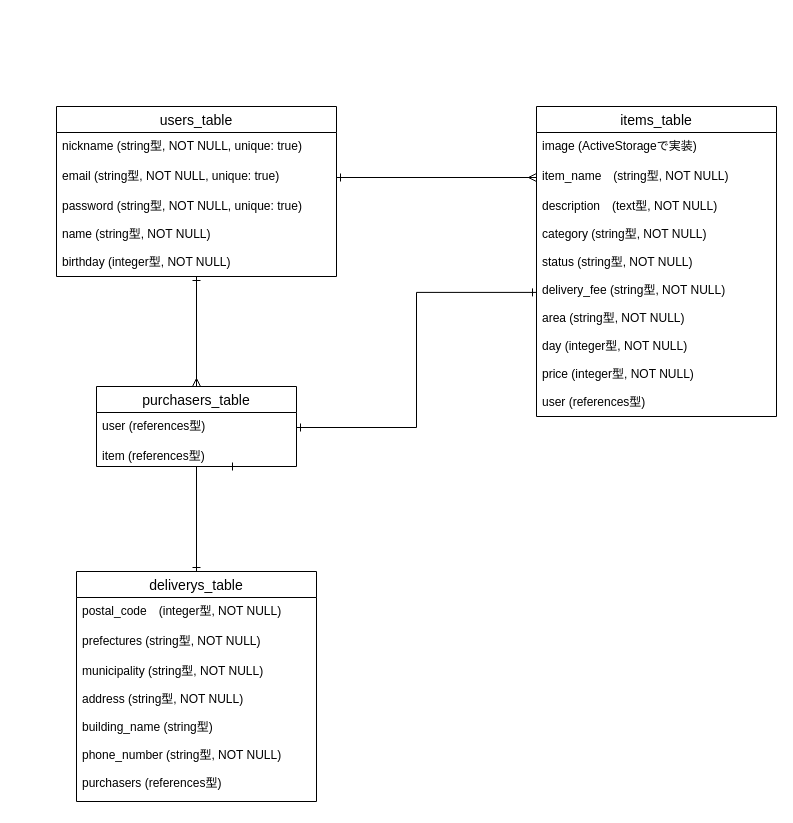
The draw.io diagram ER.dio in kamijohfn/furima-32861, before the edit. Source tidied: cells renumbered, new cells numbered last; positions are measured from the earlier drawing's top-left corner, leaving out a move shared by most shapes. Both pictures are drawn from the tidied source at 100%, with x=0, y=0 at pixel (56, 106).
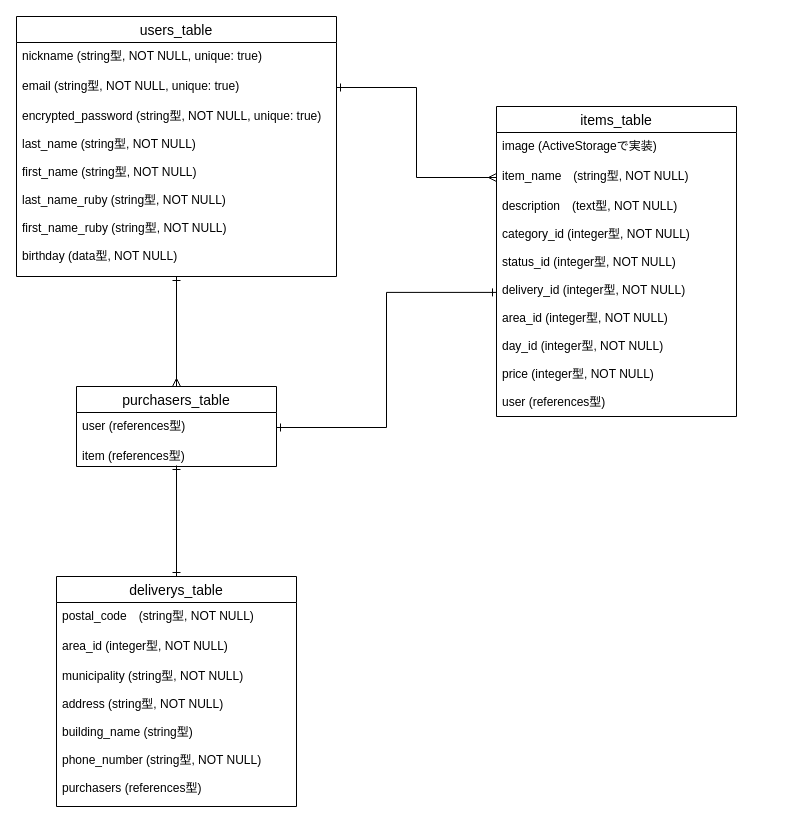
The same diagram, later.

Commit message (it also covers changes not shown here):
ER図作成（修正）

Unchanged cells that the change refers to:
```xml
<mxCell id="13" value="item (references型)" style="text;strokeColor=none;fillColor=none;spacingLeft=4;spacingRight=4;overflow=hidden;points=[[0,0.5],[1,0.5]];portConstraint=eastwest;fontSize=12;" parent="11" vertex="1">
  <mxGeometry y="56" width="200" height="24" as="geometry" />
</mxCell>
```

The edit, as a diff of the source:
```diff
@@
     <mxCell id="2" value="users_table" style="swimlane;fontStyle=0;horizontal=1;startSize=26;align=center;fontSize=14;" parent="1" vertex="1">
-      <mxGeometry width="280" height="170" as="geometry" />
+      <mxGeometry x="-40" y="-90" width="320" height="260" as="geometry" />
     </mxCell>
     <mxCell id="3" value="nickname (string型, NOT NULL, unique: true)" style="text;strokeColor=none;fillColor=none;spacingLeft=4;spacingRight=4;overflow=hidden;fontSize=12;" parent="2" vertex="1">
-      <mxGeometry y="26" width="280" height="30" as="geometry" />
+      <mxGeometry y="26" width="320" height="30" as="geometry" />
     </mxCell>
     <mxCell id="4" value="email (string型, NOT NULL, unique: true)" style="text;strokeColor=none;fillColor=none;spacingLeft=4;spacingRight=4;overflow=hidden;points=[[0,0.5],[1,0.5]];portConstraint=eastwest;fontSize=12;" parent="2" vertex="1">
-      <mxGeometry y="56" width="280" height="30" as="geometry" />
+      <mxGeometry y="56" width="320" height="30" as="geometry" />
     </mxCell>
-    <mxCell id="5" value="password (string型, NOT NULL, unique: true)&#10;&#10;name (string型, NOT NULL)&#10;&#10;birthday (integer型, NOT NULL)" style="text;strokeColor=none;fillColor=none;spacingLeft=4;spacingRight=4;overflow=hidden;fontSize=12;" parent="2" vertex="1">
-      <mxGeometry y="86" width="280" height="84" as="geometry" />
+    <mxCell id="5" value="encrypted_password (string型, NOT NULL, unique: true)&#10;&#10;last_name (string型, NOT NULL)&#10;&#10;first_name (string型, NOT NULL)&#10;&#10;last_name_ruby (string型, NOT NULL)&#10;&#10;first_name_ruby (string型, NOT NULL)&#10;&#10;birthday (data型, NOT NULL)" style="text;strokeColor=none;fillColor=none;spacingLeft=4;spacingRight=4;overflow=hidden;fontSize=12;" parent="2" vertex="1">
+      <mxGeometry y="86" width="320" height="174" as="geometry" />
     </mxCell>
     <mxCell id="6" value="items_table" style="swimlane;fontStyle=0;horizontal=1;startSize=26;align=center;fontSize=14;" parent="1" vertex="1">
-      <mxGeometry x="480" width="240" height="310" as="geometry" />
+      <mxGeometry x="440" width="240" height="310" as="geometry" />
     </mxCell>
@@
-    <mxCell id="9" value="description　(text型, NOT NULL)&#10;&#10;category (string型, NOT NULL)&#10;&#10;status (string型, NOT NULL)&#10;&#10;delivery_fee (string型, NOT NULL)&#10;&#10;area (string型, NOT NULL)&#10;&#10;day (integer型, NOT NULL)&#10;&#10;price (integer型, NOT NULL)&#10;&#10;user (references型)" style="text;strokeColor=none;fillColor=none;spacingLeft=4;spacingRight=4;overflow=hidden;points=[[0,0.5],[1,0.5]];portConstraint=eastwest;fontSize=12;" parent="6" vertex="1">
+    <mxCell id="9" value="description　(text型, NOT NULL)&#10;&#10;category_id (integer型, NOT NULL)&#10;&#10;status_id (integer型, NOT NULL)&#10;&#10;delivery_id (integer型, NOT NULL)&#10;&#10;area_id (integer型, NOT NULL)&#10;&#10;day_id (integer型, NOT NULL)&#10;&#10;price (integer型, NOT NULL)&#10;&#10;user (references型)" style="text;strokeColor=none;fillColor=none;spacingLeft=4;spacingRight=4;overflow=hidden;points=[[0,0.5],[1,0.5]];portConstraint=eastwest;fontSize=12;" parent="6" vertex="1">
       <mxGeometry y="86" width="240" height="224" as="geometry" />
     </mxCell>
@@
     <mxCell id="11" value="purchasers_table" style="swimlane;fontStyle=0;horizontal=1;startSize=26;align=center;fontSize=14;" parent="1" vertex="1">
-      <mxGeometry x="40" y="280" width="200" height="80" as="geometry" />
+      <mxGeometry x="20" y="280" width="200" height="80" as="geometry" />
     </mxCell>
@@
-    <mxCell id="14" style="edgeStyle=orthogonalEdgeStyle;rounded=0;jettySize=auto;html=1;exitX=0.5;exitY=0;exitDx=0;exitDy=0;endArrow=ERone;endFill=0;startArrow=ERone;startFill=0;" parent="1" edge="1" source="15">
-      <mxGeometry relative="1" as="geometry">
-        <mxPoint x="180" y="360" as="targetPoint" />
-        <Array as="points">
-          <mxPoint x="180" y="360" />
-        </Array>
-      </mxGeometry>
+    <mxCell id="14" style="edgeStyle=orthogonalEdgeStyle;rounded=0;jettySize=auto;html=1;exitX=0.5;exitY=0;exitDx=0;exitDy=0;entryX=0.5;entryY=0.958;entryDx=0;entryDy=0;entryPerimeter=0;endArrow=ERone;endFill=0;startArrow=ERone;startFill=0;" parent="1" edge="1" source="15" target="13">
+      <mxGeometry relative="1" as="geometry" />
     </mxCell>
     <mxCell id="15" value="deliverys_table" style="swimlane;fontStyle=0;horizontal=1;startSize=26;align=center;fontSize=14;" parent="1" vertex="1">
-      <mxGeometry x="20" y="465" width="240" height="230" as="geometry" />
+      <mxGeometry y="470" width="240" height="230" as="geometry" />
     </mxCell>
-    <mxCell id="16" value="postal_code　(integer型, NOT NULL)" style="text;strokeColor=none;fillColor=none;spacingLeft=4;spacingRight=4;overflow=hidden;fontSize=12;" parent="15" vertex="1">
+    <mxCell id="16" value="postal_code　(string型, NOT NULL)" style="text;strokeColor=none;fillColor=none;spacingLeft=4;spacingRight=4;overflow=hidden;fontSize=12;" parent="15" vertex="1">
       <mxGeometry y="26" width="240" height="30" as="geometry" />
     </mxCell>
-    <mxCell id="17" value="prefectures (string型, NOT NULL)" style="text;strokeColor=none;fillColor=none;spacingLeft=4;spacingRight=4;overflow=hidden;fontSize=12;" parent="15" vertex="1">
+    <mxCell id="17" value="area_id (integer型, NOT NULL)" style="text;strokeColor=none;fillColor=none;spacingLeft=4;spacingRight=4;overflow=hidden;fontSize=12;" parent="15" vertex="1">
       <mxGeometry y="56" width="240" height="30" as="geometry" />
     </mxCell>
```
